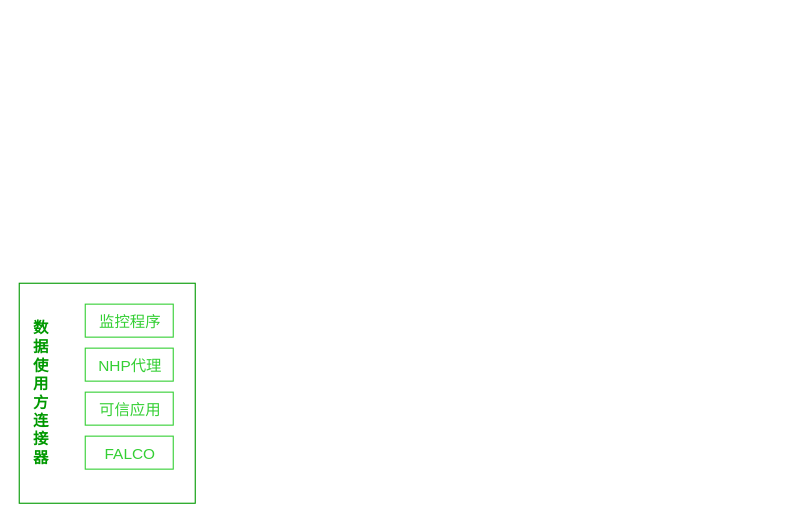
Above: page "第 2 页" (2 of 2) of dhp/culture.and.tourism.drawio in wenhulove333/opendhp (draw.io), before the change. Source tidied: cells renumbered, new cells numbered last; positions are measured from the earlier drawing's top-left corner, leaving out a move shared by most shapes. Both pictures are drawn from the tidied source at 110%, with x=0, y=0 at pixel (19, 283).
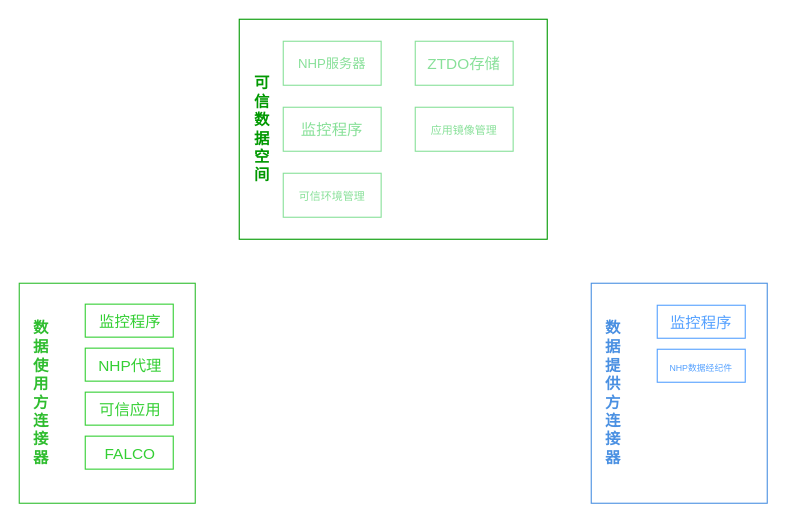
Above is the later version.

Change to the diagram source:
```diff
@@
-    <mxCell id="2" style="rounded=0;whiteSpace=wrap;html=1;fillColor=none;strokeColor=#009900;" parent="1" vertex="1">
+    <mxCell id="2" style="rounded=0;whiteSpace=wrap;html=1;fillColor=none;strokeColor=#2FBD2F;" parent="1" vertex="1">
       <mxGeometry width="160" height="200" as="geometry" />
     </mxCell>
-    <mxCell id="3" value="&lt;font style=&quot;color: rgb(0, 153, 0);&quot;&gt;&lt;span style=&quot;font-size: 14px;&quot;&gt;&lt;b style=&quot;&quot;&gt;数据使用方连接器&lt;/b&gt;&lt;/span&gt;&lt;/font&gt;" style="text;html=1;align=center;verticalAlign=middle;whiteSpace=wrap;rounded=0;" parent="1" vertex="1">
+    <mxCell id="3" value="&lt;font style=&quot;color: rgb(47, 189, 47);&quot;&gt;&lt;span style=&quot;font-size: 14px;&quot;&gt;&lt;b style=&quot;&quot;&gt;数据使用方连接器&lt;/b&gt;&lt;/span&gt;&lt;/font&gt;" style="text;html=1;align=center;verticalAlign=middle;whiteSpace=wrap;rounded=0;" parent="1" vertex="1">
       <mxGeometry x="10" y="11.1" width="20" height="177.8" as="geometry" />
     </mxCell>
@@
+    <mxCell id="20" style="rounded=0;whiteSpace=wrap;html=1;fillColor=none;strokeColor=#4A90E2;" parent="1" vertex="1">
+      <mxGeometry x="520" width="160" height="200" as="geometry" />
+    </mxCell>
+    <mxCell id="21" value="&lt;font color=&quot;#4a90e2&quot;&gt;&lt;span style=&quot;font-size: 14px;&quot;&gt;&lt;b&gt;数据提供方连接器&lt;/b&gt;&lt;/span&gt;&lt;/font&gt;" style="text;html=1;align=center;verticalAlign=middle;whiteSpace=wrap;rounded=0;" parent="1" vertex="1">
+      <mxGeometry x="530" y="11.1" width="20" height="177.8" as="geometry" />
+    </mxCell>
+    <mxCell id="22" style="group;" parent="1" vertex="1">
+      <mxGeometry x="580" y="20" width="80" height="30" as="geometry" />
+    </mxCell>
+    <mxCell id="23" style="group;" parent="22" vertex="1">
+      <mxGeometry width="80" height="30" as="geometry" />
+    </mxCell>
+    <mxCell id="24" style="rounded=0;whiteSpace=wrap;html=1;fillColor=none;strokeColor=#55A1FF;" parent="23" vertex="1">
+      <mxGeometry width="80" height="30" as="geometry" />
+    </mxCell>
+    <mxCell id="25" value="&lt;font style=&quot;color: rgb(85, 161, 255); font-size: 14px;&quot;&gt;监控程序&lt;/font&gt;" style="text;html=1;align=center;verticalAlign=middle;whiteSpace=wrap;rounded=0;" parent="23" vertex="1">
+      <mxGeometry x="9" y="6" width="62" height="19.5" as="geometry" />
+    </mxCell>
+    <mxCell id="26" style="group;" parent="1" vertex="1">
+      <mxGeometry x="580" y="60" width="80" height="30" as="geometry" />
+    </mxCell>
+    <mxCell id="27" style="group;" parent="26" vertex="1">
+      <mxGeometry width="80" height="30" as="geometry" />
+    </mxCell>
+    <mxCell id="28" style="rounded=0;whiteSpace=wrap;html=1;fillColor=none;strokeColor=#55A1FF;" parent="27" vertex="1">
+      <mxGeometry width="80" height="30" as="geometry" />
+    </mxCell>
+    <mxCell id="29" value="&lt;font style=&quot;font-size: 8px;&quot; color=&quot;#55a1ff&quot;&gt;NHP数据经纪件&lt;/font&gt;" style="text;html=1;align=center;verticalAlign=middle;whiteSpace=wrap;rounded=0;" parent="27" vertex="1">
+      <mxGeometry x="9" y="6" width="62" height="19.5" as="geometry" />
+    </mxCell>
+    <mxCell id="30" style="group;strokeColor=#009900;" parent="1" vertex="1">
+      <mxGeometry x="200" y="-240" width="280" height="200" as="geometry" />
+    </mxCell>
+    <mxCell id="31" value="&lt;b&gt;&lt;font style=&quot;font-size: 14px; color: rgb(0, 153, 0);&quot;&gt;可信数据空间&lt;/font&gt;&lt;/b&gt;" style="text;html=1;align=center;verticalAlign=middle;whiteSpace=wrap;rounded=0;" parent="30" vertex="1">
+      <mxGeometry x="11" y="11.1" width="20" height="177.8" as="geometry" />
+    </mxCell>
+    <mxCell id="32" style="group;" parent="30" vertex="1">
+      <mxGeometry x="40" y="20" width="89" height="40" as="geometry" />
+    </mxCell>
+    <mxCell id="33" style="rounded=0;whiteSpace=wrap;html=1;fillColor=none;strokeColor=#88E099;" parent="32" vertex="1">
+      <mxGeometry width="89" height="40" as="geometry" />
+    </mxCell>
+    <mxCell id="34" value="&lt;font style=&quot;font-size: 12px; color: rgb(136, 224, 153);&quot;&gt;NHP服务器&lt;/font&gt;" style="text;html=1;align=center;verticalAlign=middle;whiteSpace=wrap;rounded=0;" parent="32" vertex="1">
+      <mxGeometry x="10" y="8" width="69" height="26" as="geometry" />
+    </mxCell>
+    <mxCell id="35" style="group;" parent="30" vertex="1">
+      <mxGeometry x="160" y="20" width="89" height="40" as="geometry" />
+    </mxCell>
+    <mxCell id="36" style="rounded=0;whiteSpace=wrap;html=1;fillColor=none;strokeColor=#88E099;" parent="35" vertex="1">
+      <mxGeometry width="89" height="40" as="geometry" />
+    </mxCell>
+    <mxCell id="37" value="&lt;font style=&quot;font-size: 14px;&quot; color=&quot;#88e099&quot;&gt;ZTDO存储&lt;/font&gt;" style="text;html=1;align=center;verticalAlign=middle;whiteSpace=wrap;rounded=0;" parent="35" vertex="1">
+      <mxGeometry x="10" y="8" width="69" height="26" as="geometry" />
+    </mxCell>
+    <mxCell id="38" style="rounded=0;whiteSpace=wrap;html=1;fillColor=none;strokeColor=#88E099;" parent="30" vertex="1">
+      <mxGeometry x="40" y="80" width="89" height="40" as="geometry" />
+    </mxCell>
+    <mxCell id="39" value="&lt;font style=&quot;font-size: 14px;&quot; color=&quot;#88e099&quot;&gt;监控程序&lt;/font&gt;" style="text;html=1;align=center;verticalAlign=middle;whiteSpace=wrap;rounded=0;" parent="30" vertex="1">
+      <mxGeometry x="50" y="88" width="69" height="26" as="geometry" />
+    </mxCell>
+    <mxCell id="40" style="rounded=0;whiteSpace=wrap;html=1;fillColor=none;strokeColor=#88E099;" parent="30" vertex="1">
+      <mxGeometry x="40" y="140" width="89" height="40" as="geometry" />
+    </mxCell>
+    <mxCell id="41" value="&lt;font style=&quot;font-size: 10px;&quot; color=&quot;#88e099&quot;&gt;可信环境管理&lt;/font&gt;" style="text;html=1;align=center;verticalAlign=middle;whiteSpace=wrap;rounded=0;" parent="30" vertex="1">
+      <mxGeometry x="50" y="148" width="69" height="26" as="geometry" />
+    </mxCell>
+    <mxCell id="42" style="group;" parent="1" vertex="1">
+      <mxGeometry x="360" y="-160" width="89" height="40" as="geometry" />
+    </mxCell>
+    <mxCell id="43" style="rounded=0;whiteSpace=wrap;html=1;fillColor=none;strokeColor=#88E099;" parent="42" vertex="1">
+      <mxGeometry width="89" height="40" as="geometry" />
+    </mxCell>
+    <mxCell id="44" value="&lt;font style=&quot;font-size: 10px;&quot; color=&quot;#88e099&quot;&gt;应用镜像管理&lt;/font&gt;" style="text;html=1;align=center;verticalAlign=middle;whiteSpace=wrap;rounded=0;" parent="42" vertex="1">
+      <mxGeometry x="10" y="8" width="69" height="26" as="geometry" />
+    </mxCell>
```
